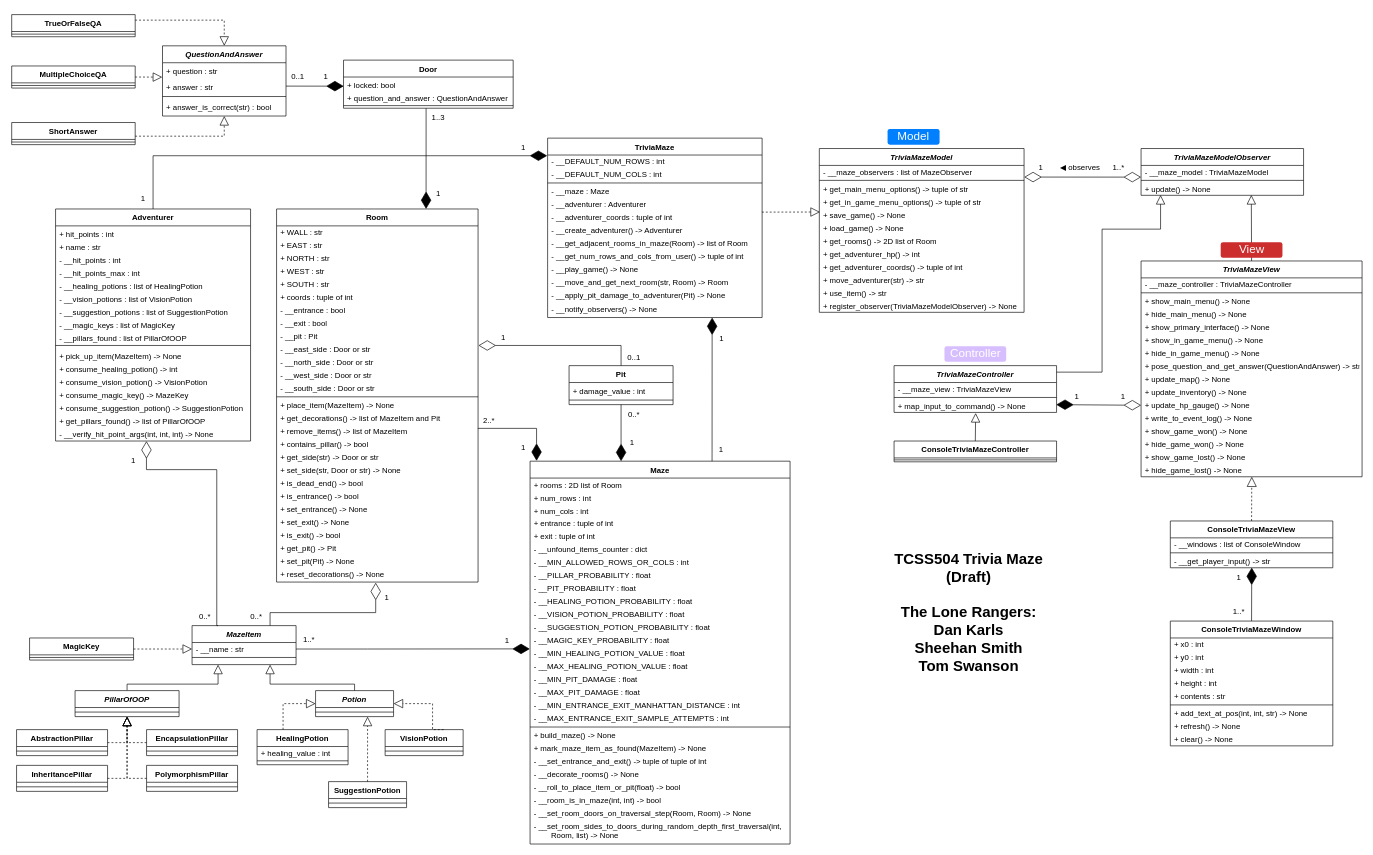
The draw.io diagram doc/UML.drawio in dskarls/TCSS504-Trivia-Maze, before the edit. Source tidied: cells renumbered, new cells numbered last; positions are measured from the earlier drawing's top-left corner, leaving out a move shared by most shapes. Both pictures are drawn from the tidied source at 65%, with x=0, y=0 at pixel (11, 14).
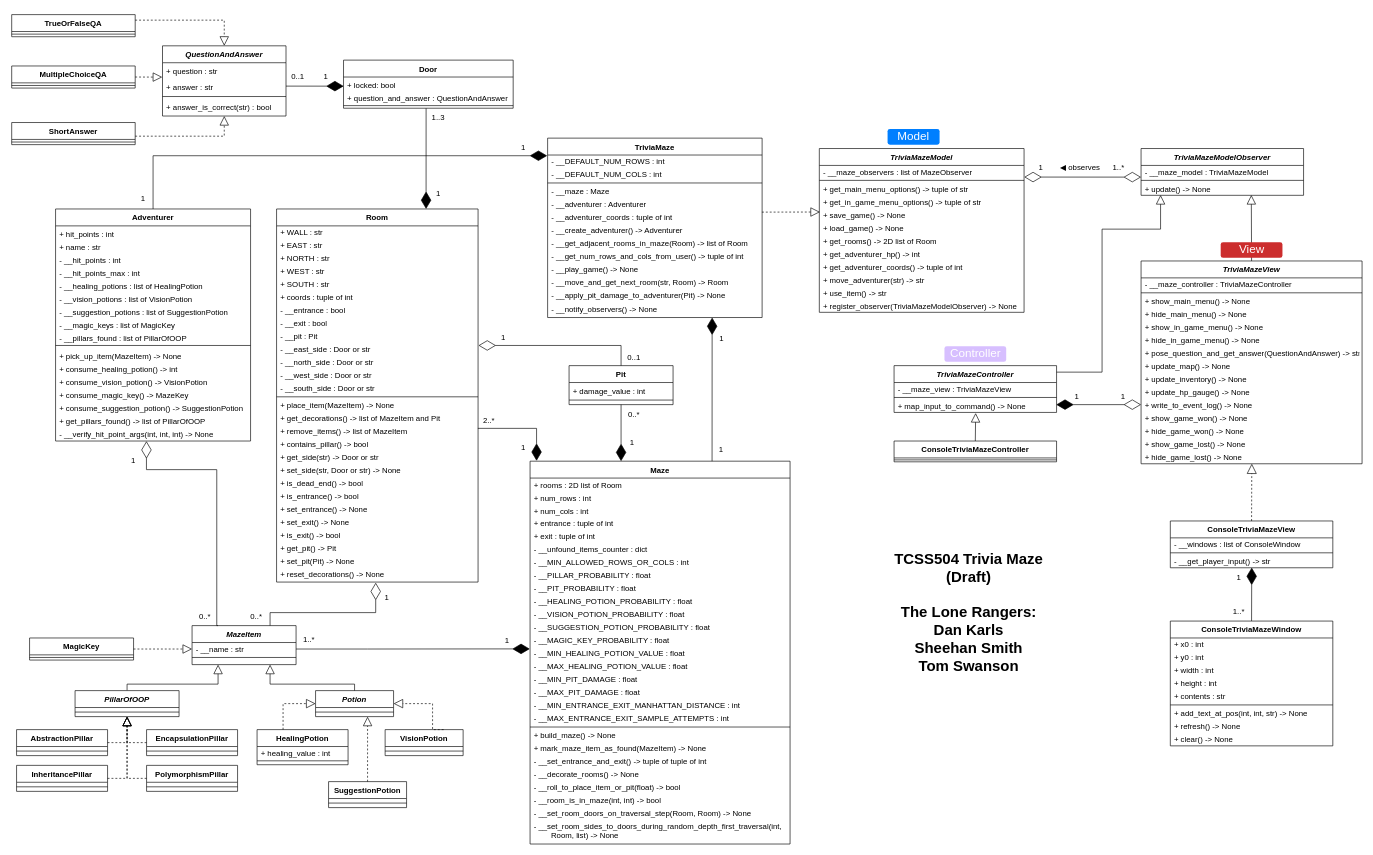
Above is the later version.

Commit message:
DOC: Remove show_primary_interface in abstract view UML

The change refers to these unchanged cells:
```xml
<mxCell id="217" value="+ map_input_to_command() -&gt; None" style="text;strokeColor=none;fillColor=none;align=left;verticalAlign=middle;spacingLeft=4;spacingRight=4;overflow=hidden;points=[[0,0.5],[1,0.5]];portConstraint=eastwest;" parent="214" vertex="1">
  <mxGeometry y="52" width="250" height="20" as="geometry" />
</mxCell>
```

The edit, as a diff of the source:
```diff
@@
     <mxCell id="191" value="TriviaMazeView" style="swimlane;fontStyle=3;align=center;verticalAlign=top;horizontal=1;startSize=26;fontFamily=Helvetica;fontSize=12;" parent="1" vertex="1">
-      <mxGeometry x="1738" y="379" width="340" height="332" as="geometry" />
+      <mxGeometry x="1738" y="379" width="340" height="312" as="geometry" />
     </mxCell>
@@
-    <mxCell id="196" value="+ show_primary_interface() -&gt; None" style="text;strokeColor=none;fillColor=none;align=left;verticalAlign=middle;spacingLeft=4;spacingRight=4;overflow=hidden;" parent="191" vertex="1">
-      <mxGeometry y="92" width="340" height="20" as="geometry" />
-    </mxCell>
     <mxCell id="197" value="+ show_in_game_menu() -&gt; None" style="text;strokeColor=none;fillColor=none;align=left;verticalAlign=middle;spacingLeft=4;spacingRight=4;overflow=hidden;" parent="191" vertex="1">
-      <mxGeometry y="112" width="340" height="20" as="geometry" />
+      <mxGeometry y="92" width="340" height="20" as="geometry" />
     </mxCell>
     <mxCell id="198" value="+ hide_in_game_menu() -&gt; None" style="text;strokeColor=none;fillColor=none;align=left;verticalAlign=middle;spacingLeft=4;spacingRight=4;overflow=hidden;" parent="191" vertex="1">
-      <mxGeometry y="132" width="340" height="20" as="geometry" />
+      <mxGeometry y="112" width="340" height="20" as="geometry" />
     </mxCell>
     <mxCell id="199" value="+ pose_question_and_get_answer(QuestionAndAnswer) -&gt; str" style="text;strokeColor=none;fillColor=none;align=left;verticalAlign=middle;spacingLeft=4;spacingRight=4;overflow=hidden;" parent="191" vertex="1">
-      <mxGeometry y="152" width="340" height="20" as="geometry" />
+      <mxGeometry y="132" width="340" height="20" as="geometry" />
     </mxCell>
     <mxCell id="200" value="+ update_map() -&gt; None" style="text;strokeColor=none;fillColor=none;align=left;verticalAlign=middle;spacingLeft=4;spacingRight=4;overflow=hidden;" parent="191" vertex="1">
-      <mxGeometry y="172" width="340" height="20" as="geometry" />
+      <mxGeometry y="152" width="340" height="20" as="geometry" />
     </mxCell>
     <mxCell id="201" value="+ update_inventory() -&gt; None" style="text;strokeColor=none;fillColor=none;align=left;verticalAlign=middle;spacingLeft=4;spacingRight=4;overflow=hidden;" parent="191" vertex="1">
-      <mxGeometry y="192" width="340" height="20" as="geometry" />
+      <mxGeometry y="172" width="340" height="20" as="geometry" />
     </mxCell>
     <mxCell id="202" value="+ update_hp_gauge() -&gt; None" style="text;strokeColor=none;fillColor=none;align=left;verticalAlign=middle;spacingLeft=4;spacingRight=4;overflow=hidden;points=[[0,0.5],[1,0.5]];portConstraint=eastwest;" parent="191" vertex="1">
-      <mxGeometry y="212" width="340" height="20" as="geometry" />
+      <mxGeometry y="192" width="340" height="20" as="geometry" />
     </mxCell>
     <mxCell id="203" value="+ write_to_event_log() -&gt; None" style="text;strokeColor=none;fillColor=none;align=left;verticalAlign=middle;spacingLeft=4;spacingRight=4;overflow=hidden;" parent="191" vertex="1">
-      <mxGeometry y="232" width="340" height="20" as="geometry" />
+      <mxGeometry y="212" width="340" height="20" as="geometry" />
     </mxCell>
     <mxCell id="204" value="+ show_game_won() -&gt; None" style="text;strokeColor=none;fillColor=none;align=left;verticalAlign=middle;spacingLeft=4;spacingRight=4;overflow=hidden;" parent="191" vertex="1">
-      <mxGeometry y="252" width="340" height="20" as="geometry" />
+      <mxGeometry y="232" width="340" height="20" as="geometry" />
     </mxCell>
     <mxCell id="205" value="+ hide_game_won() -&gt; None" style="text;strokeColor=none;fillColor=none;align=left;verticalAlign=middle;spacingLeft=4;spacingRight=4;overflow=hidden;" parent="191" vertex="1">
-      <mxGeometry y="272" width="340" height="20" as="geometry" />
+      <mxGeometry y="252" width="340" height="20" as="geometry" />
     </mxCell>
     <mxCell id="206" value="+ show_game_lost() -&gt; None" style="text;strokeColor=none;fillColor=none;align=left;verticalAlign=middle;spacingLeft=4;spacingRight=4;overflow=hidden;" parent="191" vertex="1">
-      <mxGeometry y="292" width="340" height="20" as="geometry" />
+      <mxGeometry y="272" width="340" height="20" as="geometry" />
     </mxCell>
     <mxCell id="207" value="+ hide_game_lost() -&gt; None" style="text;strokeColor=none;fillColor=none;align=left;verticalAlign=middle;spacingLeft=4;spacingRight=4;overflow=hidden;points=[[0,0.5],[1,0.5]];portConstraint=eastwest;" parent="191" vertex="1">
-      <mxGeometry y="312" width="340" height="20" as="geometry" />
+      <mxGeometry y="292" width="340" height="20" as="geometry" />
     </mxCell>
@@
-    <mxCell id="212" style="endArrow=diamondThin;endFill=0;endSize=24;html=1;rounded=0;fontFamily=Courier New;fontSize=12;targetPerimeterSpacing=0;entryX=0;entryY=0.5;entryDx=0;entryDy=0;startArrow=diamondThin;startFill=1;startSize=24;exitX=0.998;exitY=0.401;exitDx=0;exitDy=0;exitPerimeter=0;" parent="1" edge="1" source="217" target="202">
-      <mxGeometry relative="1" as="geometry" />
+    <mxCell id="212" style="endArrow=diamondThin;endFill=0;endSize=24;html=1;rounded=0;fontFamily=Courier New;fontSize=12;targetPerimeterSpacing=0;startArrow=diamondThin;startFill=1;startSize=24;exitX=0.998;exitY=0.401;exitDx=0;exitDy=0;exitPerimeter=0;" parent="1" edge="1" source="217">
+      <mxGeometry relative="1" as="geometry">
+        <mxPoint x="1738" y="600" as="targetPoint" />
+      </mxGeometry>
     </mxCell>
```
